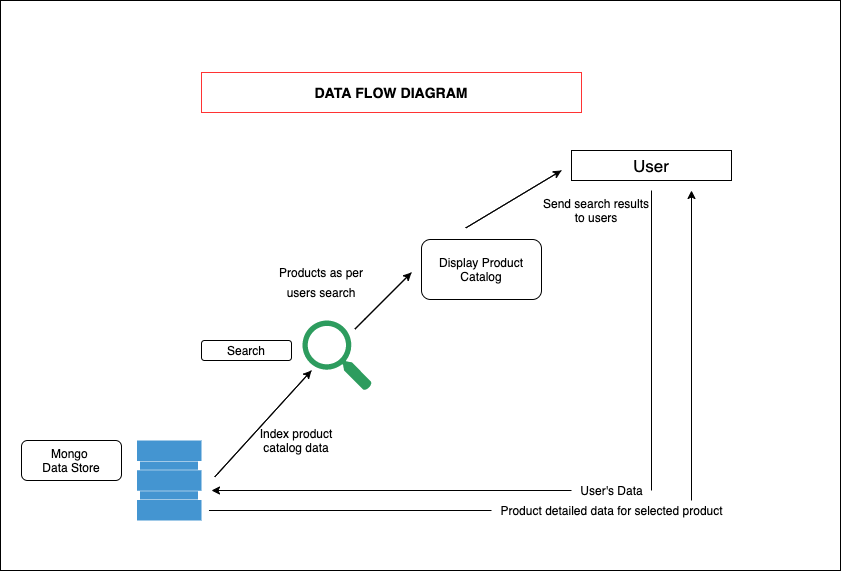
Before: Data_Flow.png, a diagram exported from draw.io (dgallinger/Javascript-400---CreameryOn-aClick). Source tidied: cells renumbered, new cells last; positions are measured from the earlier drawing's top-left corner, leaving out a move shared by most shapes.
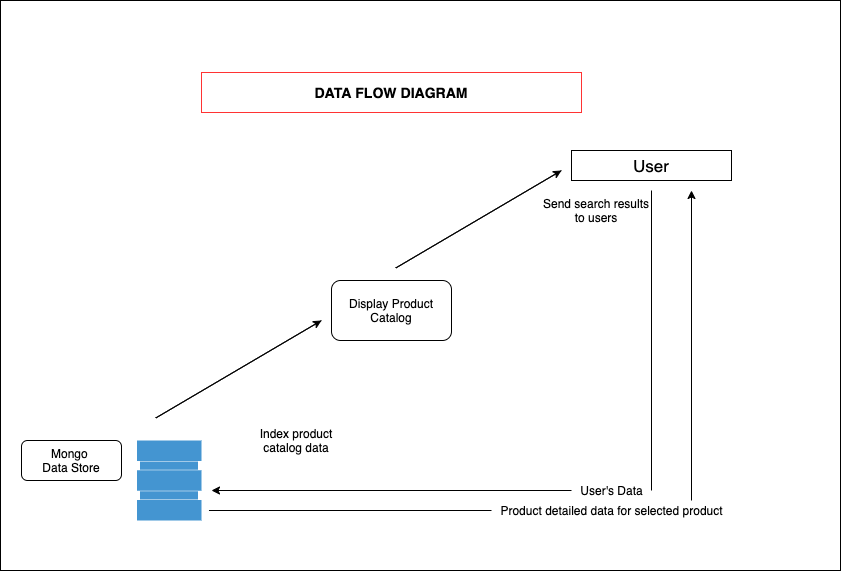
Later version of the same file.

Diff of the diagram source:
```diff
@@ -11,11 +11,8 @@
     <mxCell id="4" style="shadow=0;dashed=0;html=1;strokeColor=none;fillColor=#4495D1;labelPosition=center;verticalLabelPosition=bottom;verticalAlign=top;align=center;shape=mxgraph.veeam.2d.datastore;" parent="1" vertex="1">
       <mxGeometry x="136.6" y="440" width="64.4" height="80" as="geometry" />
     </mxCell>
-    <mxCell id="5" style="html=1;strokeColor=none;shadow=0;align=center;verticalAlign=top;fillColor=#2D9C5E;shape=mxgraph.gcp2.search;" parent="1" vertex="1">
-      <mxGeometry x="302" y="320" width="69.3" height="70" as="geometry" />
-    </mxCell>
     <mxCell id="6" value="Display Product Catalog" style="rounded=1;whiteSpace=wrap;html=1;strokeColor=#000000;strokeWidth=1;" parent="1" vertex="1">
-      <mxGeometry x="421" y="239" width="120" height="60" as="geometry" />
+      <mxGeometry x="331" y="280" width="120" height="60" as="geometry" />
     </mxCell>
     <mxCell id="7" value="User" style="rounded=0;whiteSpace=wrap;html=1;strokeColor=#000000;strokeWidth=1;fontSize=17;" parent="1" vertex="1">
       <mxGeometry x="571" y="150" width="160" height="30" as="geometry" />
@@ -23,40 +20,15 @@
     <mxCell id="8" value="&lt;font style=&quot;font-size: 14px&quot;&gt;Mongo&lt;br&gt;&amp;nbsp;Data Store&lt;/font&gt;" style="text;html=1;strokeColor=none;fillColor=none;align=center;verticalAlign=middle;whiteSpace=wrap;rounded=0;fontSize=17;" parent="1" vertex="1">
       <mxGeometry x="21" y="440" width="120" height="40" as="geometry" />
     </mxCell>
-    <mxCell id="9" value="&lt;font style=&quot;font-size: 13px&quot;&gt;Search&lt;/font&gt;" style="text;html=1;strokeColor=none;fillColor=none;align=center;verticalAlign=middle;whiteSpace=wrap;rounded=0;fontSize=17;" parent="1" vertex="1">
-      <mxGeometry x="251" y="340" width="40" height="20" as="geometry" />
-    </mxCell>
-    <mxCell id="10" style="endArrow=classic;html=1;fontSize=17;" parent="1" edge="1">
-      <mxGeometry relative="1" as="geometry">
-        <mxPoint x="311" y="370" as="sourcePoint" />
-        <mxPoint x="311" y="370" as="targetPoint" />
-        <Array as="points">
-          <mxPoint x="211" y="480" />
-        </Array>
-      </mxGeometry>
-    </mxCell>
-    <mxCell id="11" style="endArrow=classic;html=1;fontSize=17;" parent="1" edge="1">
-      <mxGeometry relative="1" as="geometry">
-        <mxPoint x="411" y="272" as="sourcePoint" />
-        <mxPoint x="411" y="272" as="targetPoint" />
-        <Array as="points">
-          <mxPoint x="351" y="332" />
-          <mxPoint x="371" y="312" />
-        </Array>
-      </mxGeometry>
-    </mxCell>
     <mxCell id="12" style="endArrow=classic;html=1;fontSize=17;" parent="1" edge="1">
       <mxGeometry relative="1" as="geometry">
         <mxPoint x="561" y="170" as="sourcePoint" />
         <mxPoint x="561" y="170" as="targetPoint" />
         <Array as="points">
-          <mxPoint x="461" y="230" />
+          <mxPoint x="391" y="270" />
         </Array>
       </mxGeometry>
     </mxCell>
-    <mxCell id="13" value="&lt;font style=&quot;font-size: 12px&quot;&gt;Products as per users search&lt;/font&gt;" style="text;html=1;strokeColor=none;fillColor=none;align=center;verticalAlign=middle;whiteSpace=wrap;rounded=0;fontSize=17;" parent="1" vertex="1">
-      <mxGeometry x="271.3" y="270" width="100" height="20" as="geometry" />
-    </mxCell>
     <mxCell id="14" value="&lt;font style=&quot;font-size: 12px&quot;&gt;Index product catalog data&lt;/font&gt;" style="text;html=1;strokeColor=none;fillColor=none;align=center;verticalAlign=middle;whiteSpace=wrap;rounded=0;fontSize=10;" parent="1" vertex="1">
       <mxGeometry x="251" y="420" width="90" height="40" as="geometry" />
     </mxCell>
@@ -66,9 +38,6 @@
     <mxCell id="16" value="Mongo &lt;br&gt;Data Store" style="rounded=1;whiteSpace=wrap;html=1;strokeColor=#000000;strokeWidth=1;fontSize=12;" parent="1" vertex="1">
       <mxGeometry x="21" y="440" width="100" height="40" as="geometry" />
     </mxCell>
-    <mxCell id="17" value="Search" style="rounded=1;whiteSpace=wrap;html=1;strokeColor=#000000;strokeWidth=1;fontSize=12;" parent="1" vertex="1">
-      <mxGeometry x="201" y="340" width="90" height="20" as="geometry" />
-    </mxCell>
     <mxCell id="18" style="endArrow=none;html=1;fontSize=12;" parent="1" edge="1">
       <mxGeometry relative="1" as="geometry">
         <mxPoint x="208.5" y="510" as="sourcePoint" />
@@ -98,5 +67,14 @@
     <mxCell id="23" value="User's Data" style="text;html=1;align=center;verticalAlign=middle;points=[];fontSize=12;" parent="1" vertex="1">
       <mxGeometry x="571" y="480" width="80" height="20" as="geometry" />
     </mxCell>
+    <mxCell id="24" style="endArrow=classic;html=1;fontSize=17;" parent="1" edge="1">
+      <mxGeometry relative="1" as="geometry">
+        <mxPoint x="321" y="320" as="sourcePoint" />
+        <mxPoint x="321" y="320" as="targetPoint" />
+        <Array as="points">
+          <mxPoint x="151" y="420" />
+        </Array>
+      </mxGeometry>
+    </mxCell>
   </root>
 </mxGraphModel>
```
